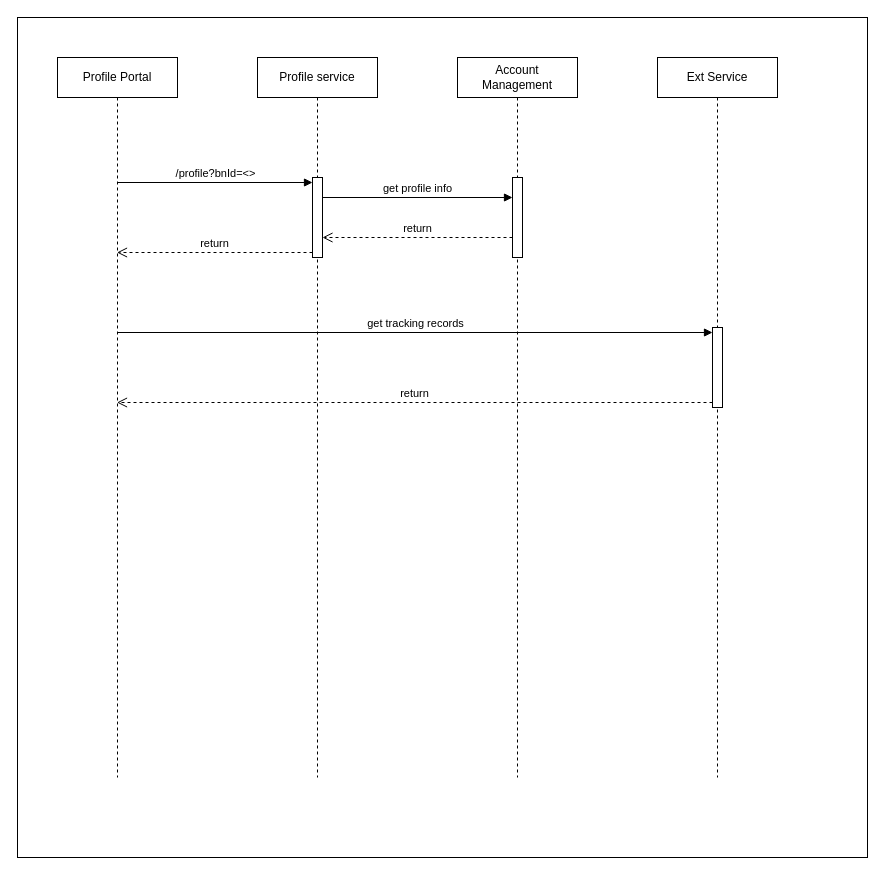
Earlier version of the draw.io diagram page "Page-2" (2 of 3) of tps-externaldata-service.drawio (huangshijie/Drawio). Source tidied: cells renumbered, new cells numbered last; positions are measured from the earlier drawing's top-left corner, leaving out a move shared by most shapes. Both pictures are drawn from the tidied source at 100%, with x=0, y=0 at pixel (17, 17).
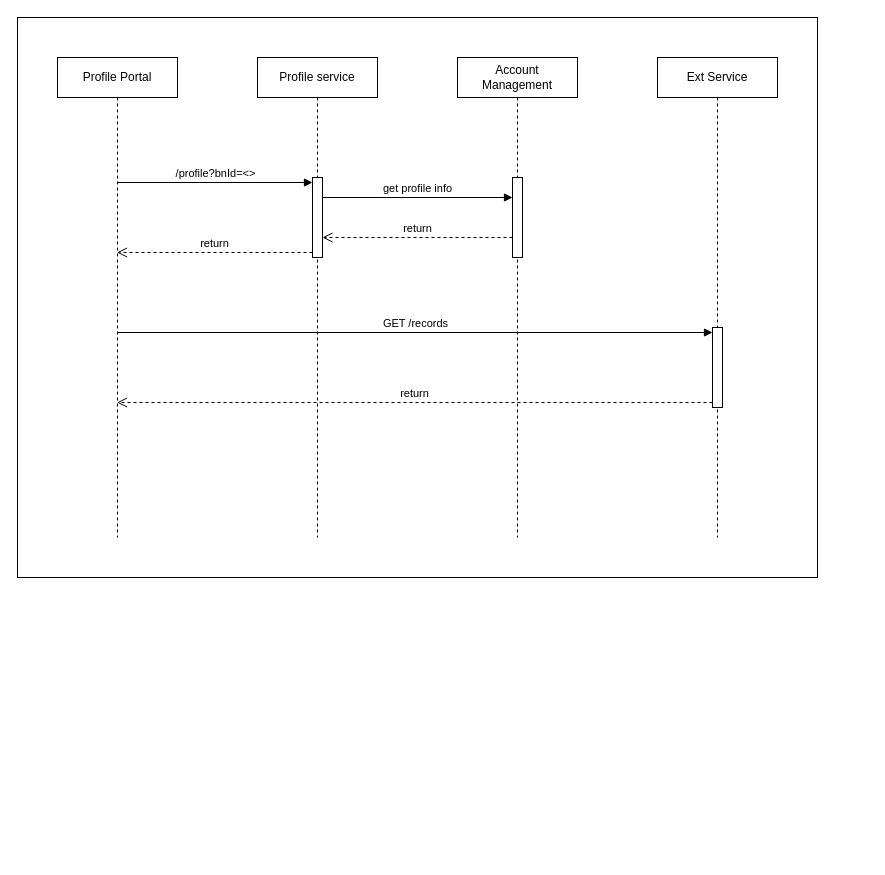
The same page after the edit.

Change to the diagram source:
```diff
@@
 <mxGraphModel>
   <root>
     <mxCell id="0" />
     <mxCell id="1" parent="0" />
-    <mxCell id="2" style="rounded=0;whiteSpace=wrap;html=1;" parent="1" vertex="1">
-      <mxGeometry width="850" height="840" as="geometry" />
-    </mxCell>
+    <mxCell id="16" style="rounded=0;whiteSpace=wrap;html=1;" parent="1" vertex="1">
+      <mxGeometry width="800" height="560" as="geometry" />
+    </mxCell>
     <mxCell id="3" value="Profile Portal" style="shape=umlLifeline;perimeter=lifelinePerimeter;whiteSpace=wrap;html=1;outlineConnect=0;portConstraint=eastwest;newEdgeStyle={&quot;curved&quot;:0,&quot;rounded&quot;:0};" parent="1" vertex="1">
-      <mxGeometry x="40" y="40" width="120" height="720" as="geometry" />
+      <mxGeometry x="40" y="40" width="120" height="480" as="geometry" />
     </mxCell>
     <mxCell id="4" value="Profile service" style="shape=umlLifeline;perimeter=lifelinePerimeter;whiteSpace=wrap;html=1;newEdgeStyle={&quot;curved&quot;:0,&quot;rounded&quot;:0};" parent="1" vertex="1">
-      <mxGeometry x="240" y="40" width="120" height="720" as="geometry" />
+      <mxGeometry x="240" y="40" width="120" height="480" as="geometry" />
     </mxCell>
     <mxCell id="5" style="html=1;points=[[0,0,0,0,5],[0,1,0,0,-5],[1,0,0,0,5],[1,1,0,0,-5]];perimeter=orthogonalPerimeter;outlineConnect=0;targetShapes=umlLifeline;portConstraint=eastwest;newEdgeStyle={&quot;curved&quot;:0,&quot;rounded&quot;:0};" parent="4" vertex="1">
       <mxGeometry x="55" y="120" width="10" height="80" as="geometry" />
     </mxCell>
     <mxCell id="6" value="Account &lt;br&gt;Management" style="shape=umlLifeline;perimeter=lifelinePerimeter;whiteSpace=wrap;html=1;newEdgeStyle={&quot;curved&quot;:0,&quot;rounded&quot;:0};" parent="1" vertex="1">
-      <mxGeometry x="440" y="40" width="120" height="720" as="geometry" />
+      <mxGeometry x="440" y="40" width="120" height="480" as="geometry" />
     </mxCell>
     <mxCell id="7" style="html=1;perimeter=orthogonalPerimeter;targetShapes=umlLifeline;newEdgeStyle={&quot;curved&quot;:0,&quot;rounded&quot;:0};" parent="6" vertex="1">
       <mxGeometry x="55" y="120" width="10" height="80" as="geometry" />
     </mxCell>
     <mxCell id="8" value="Ext Service" style="shape=umlLifeline;perimeter=lifelinePerimeter;whiteSpace=wrap;html=1;newEdgeStyle={&quot;curved&quot;:0,&quot;rounded&quot;:0};" parent="1" vertex="1">
-      <mxGeometry x="640" y="40" width="120" height="720" as="geometry" />
+      <mxGeometry x="640" y="40" width="120" height="480" as="geometry" />
     </mxCell>
     <mxCell id="9" style="html=1;points=[[0,0,0,0,5],[0,1,0,0,-5],[1,0,0,0,5],[1,1,0,0,-5]];perimeter=orthogonalPerimeter;outlineConnect=0;targetShapes=umlLifeline;portConstraint=eastwest;newEdgeStyle={&quot;curved&quot;:0,&quot;rounded&quot;:0};" parent="8" vertex="1">
       <mxGeometry x="55" y="270" width="10" height="80" as="geometry" />
     </mxCell>
     <mxCell id="10" value="/profile?bnId=&amp;lt;&amp;gt;" style="html=1;verticalAlign=bottom;endArrow=block;curved=0;rounded=0;entryX=0;entryY=0;entryDx=0;entryDy=5;" parent="1" edge="1" source="3" target="5">
       <mxGeometry relative="1" as="geometry" />
     </mxCell>
     <mxCell id="11" value="return" style="html=1;verticalAlign=bottom;endArrow=open;dashed=1;endSize=8;curved=0;rounded=0;exitX=0;exitY=1;exitDx=0;exitDy=-5;" parent="1" edge="1" source="5" target="3">
       <mxGeometry relative="1" as="geometry" />
     </mxCell>
     <mxCell id="12" value="get profile info" style="html=1;verticalAlign=bottom;endArrow=block;curved=0;rounded=0;entryX=0;entryY=0;entryDx=0;entryDy=5;" parent="1" edge="1">
       <mxGeometry relative="1" as="geometry">
         <mxPoint x="305" y="180" as="sourcePoint" />
         <mxPoint x="495" y="180" as="targetPoint" />
       </mxGeometry>
     </mxCell>
     <mxCell id="13" value="return" style="html=1;verticalAlign=bottom;endArrow=open;dashed=1;endSize=8;curved=0;rounded=0;exitX=0;exitY=1;exitDx=0;exitDy=-5;" parent="1" edge="1">
       <mxGeometry relative="1" as="geometry">
         <mxPoint x="495" y="220" as="sourcePoint" />
         <mxPoint x="305" y="220" as="targetPoint" />
       </mxGeometry>
     </mxCell>
-    <mxCell id="14" value="get tracking records" style="html=1;verticalAlign=bottom;endArrow=block;curved=0;rounded=0;entryX=0;entryY=0;entryDx=0;entryDy=5;" parent="1" edge="1" source="3" target="9">
+    <mxCell id="14" value="GET /records" style="html=1;verticalAlign=bottom;endArrow=block;curved=0;rounded=0;entryX=0;entryY=0;entryDx=0;entryDy=5;" parent="1" edge="1" source="3" target="9">
       <mxGeometry relative="1" as="geometry" />
     </mxCell>
     <mxCell id="15" value="return" style="html=1;verticalAlign=bottom;endArrow=open;dashed=1;endSize=8;curved=0;rounded=0;exitX=0;exitY=1;exitDx=0;exitDy=-5;" parent="1" edge="1" source="9" target="3">
       <mxGeometry relative="1" as="geometry" />
     </mxCell>
   </root>
 </mxGraphModel>
```
